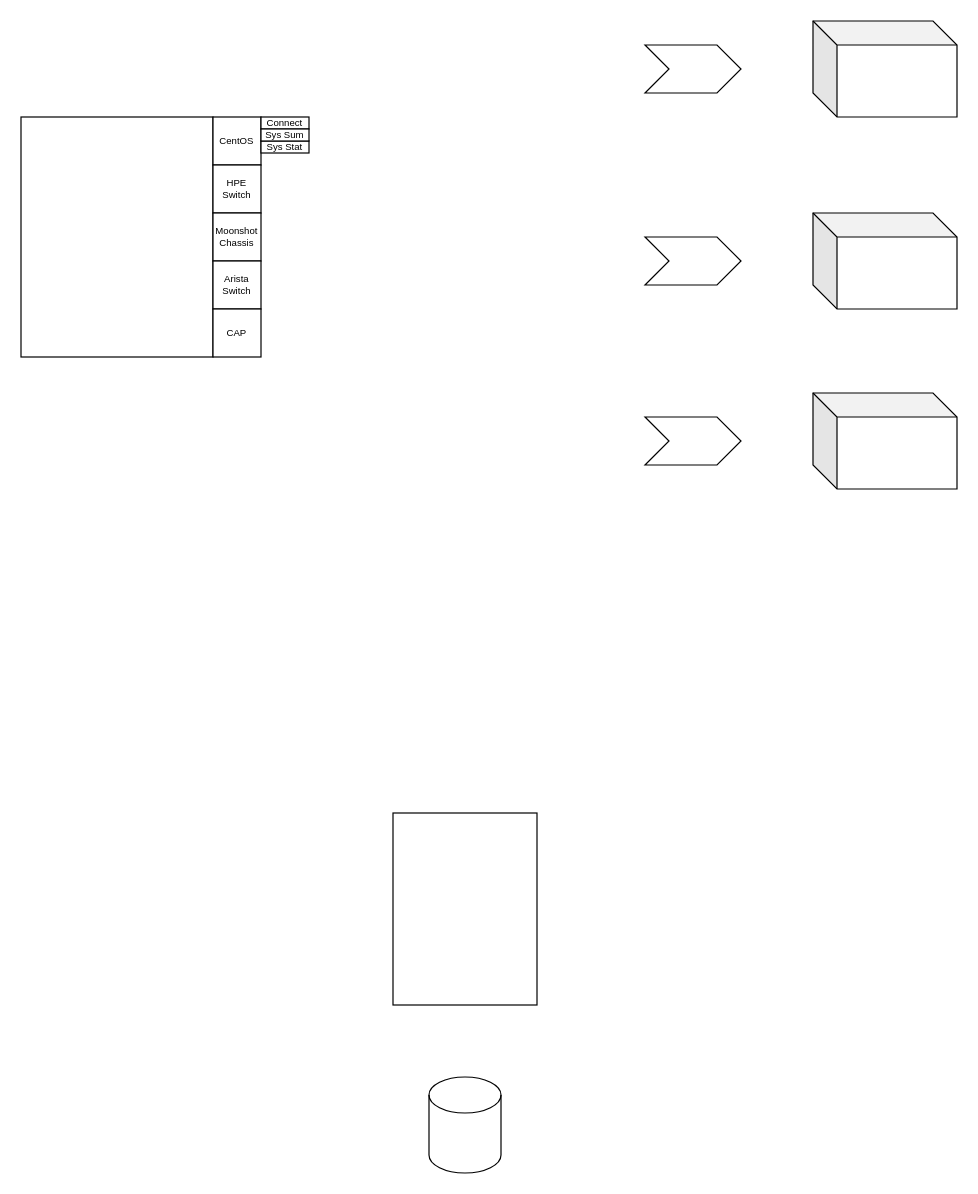
Before: Untitled Diagram.drawio in marcusspain/drawings, a draw.io diagram. Source tidied: cells renumbered, new cells numbered last; positions are measured from the earlier drawing's top-left corner, leaving out a move shared by most shapes. Both pictures are drawn from the tidied source at 120%, with x=0, y=0 at pixel (20, 20).
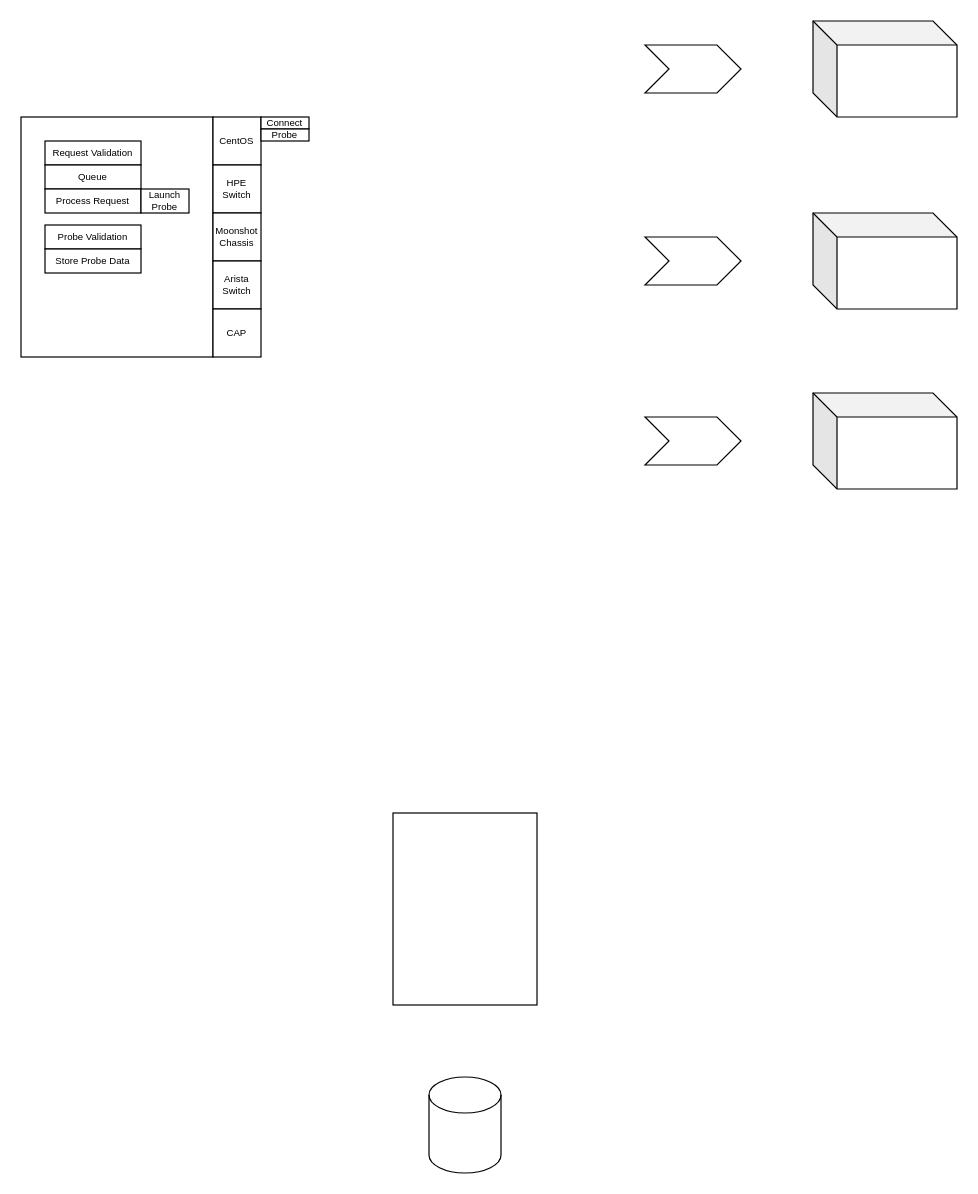
Above is the later version.

Change to the diagram source:
```diff
@@
-    <mxCell id="16" value="Sys Stat" style="rounded=0;whiteSpace=wrap;html=1;fontSize=8;" parent="1" vertex="1">
-      <mxGeometry x="200" y="100" width="40" height="10" as="geometry" />
-    </mxCell>
@@
-    <mxCell id="18" value="Sys Sum" style="rounded=0;whiteSpace=wrap;html=1;fontSize=8;" parent="1" vertex="1">
+    <mxCell id="18" value="Probe" style="rounded=0;whiteSpace=wrap;html=1;fontSize=8;" parent="1" vertex="1">
       <mxGeometry x="200" y="90" width="40" height="10" as="geometry" />
     </mxCell>
+    <mxCell id="19" value="Request Validation" style="rounded=0;whiteSpace=wrap;html=1;fontSize=8;" parent="1" vertex="1">
+      <mxGeometry x="20" y="100" width="80" height="20" as="geometry" />
+    </mxCell>
+    <mxCell id="20" value="Queue" style="rounded=0;whiteSpace=wrap;html=1;fontSize=8;" parent="1" vertex="1">
+      <mxGeometry x="20" y="120" width="80" height="20" as="geometry" />
+    </mxCell>
+    <mxCell id="21" value="Process Request" style="rounded=0;whiteSpace=wrap;html=1;fontSize=8;" parent="1" vertex="1">
+      <mxGeometry x="20" y="140" width="80" height="20" as="geometry" />
+    </mxCell>
+    <mxCell id="22" value="Launch Probe" style="rounded=0;whiteSpace=wrap;html=1;fontSize=8;" parent="1" vertex="1">
+      <mxGeometry x="100" y="140" width="40" height="20" as="geometry" />
+    </mxCell>
+    <mxCell id="23" value="Probe Validation" style="rounded=0;whiteSpace=wrap;html=1;fontSize=8;" parent="1" vertex="1">
+      <mxGeometry x="20" y="170" width="80" height="20" as="geometry" />
+    </mxCell>
+    <mxCell id="24" value="Store Probe Data" style="rounded=0;whiteSpace=wrap;html=1;fontSize=8;" parent="1" vertex="1">
+      <mxGeometry x="20" y="190" width="80" height="20" as="geometry" />
+    </mxCell>
```
